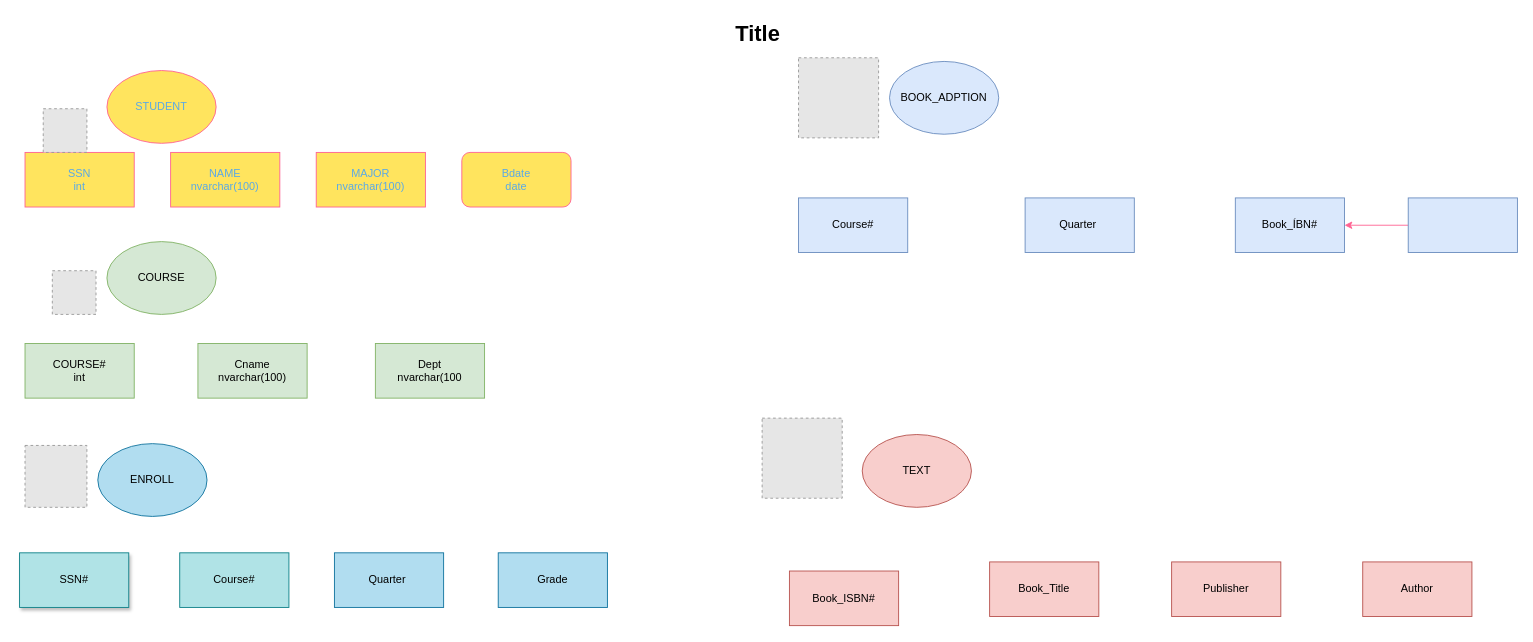
Before: Biểu đồ không có tiêu đề.drawio in akira-quoctuan/python-random-quote, a draw.io diagram. Source tidied: cells renumbered, new cells numbered last; positions are measured from the earlier drawing's top-left corner, leaving out a move shared by most shapes. Both pictures are drawn from the tidied source at 91%, with x=0, y=0 at pixel (19, 15). Pictures stored in the file or linked from it are replaced by grey dashed boxes.
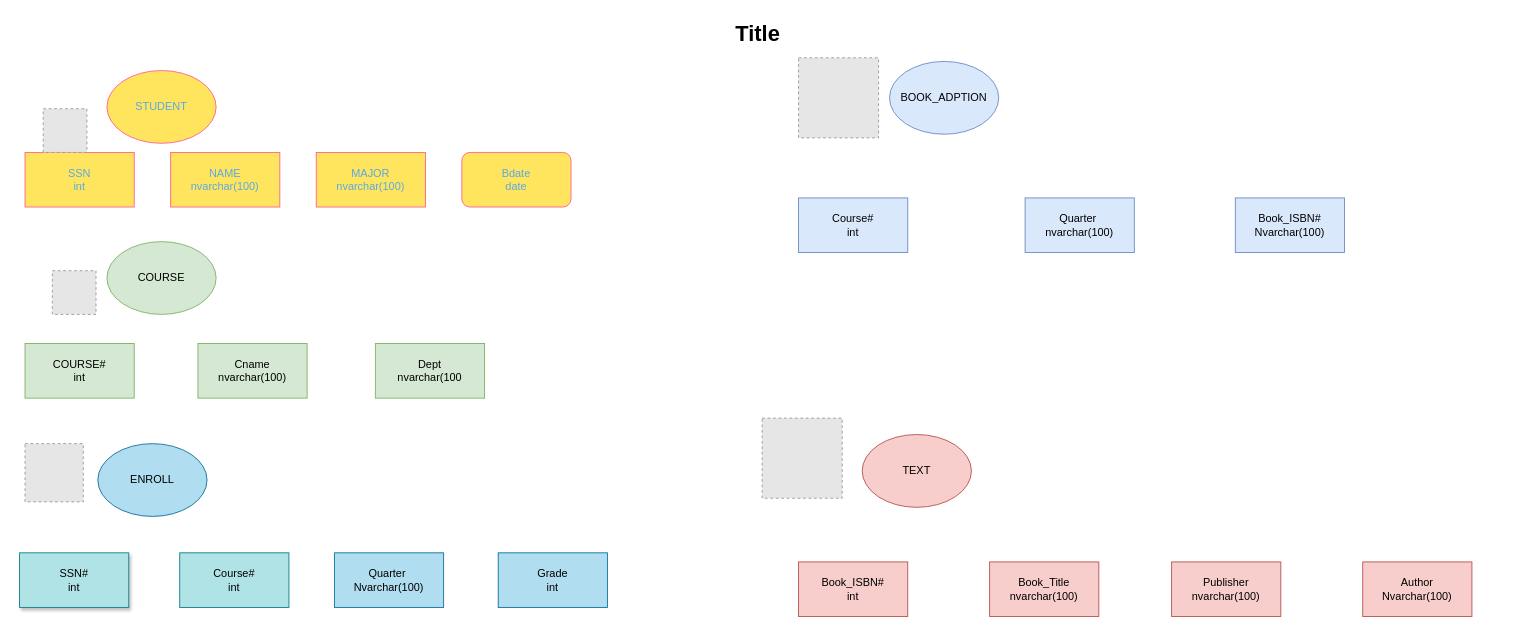
The same diagram, later.

The edit, as a diff of the source:
```diff
@@
-    <mxCell id="15" value="SSN#" style="rounded=0;whiteSpace=wrap;html=1;sketch=0;strokeColor=#0e8088;fillColor=#b0e3e6;shadow=1;" parent="1" vertex="1">
+    <mxCell id="15" value="SSN#&lt;br&gt;int" style="rounded=0;whiteSpace=wrap;html=1;sketch=0;strokeColor=#0e8088;fillColor=#b0e3e6;shadow=1;" parent="1" vertex="1">
       <mxGeometry y="590" width="120" height="60" as="geometry" />
     </mxCell>
-    <mxCell id="16" value="Course#" style="rounded=0;whiteSpace=wrap;html=1;sketch=0;strokeColor=#0e8088;fillColor=#b0e3e6;" parent="1" vertex="1">
+    <mxCell id="16" value="Course#&lt;br&gt;int" style="rounded=0;whiteSpace=wrap;html=1;sketch=0;strokeColor=#0e8088;fillColor=#b0e3e6;" parent="1" vertex="1">
       <mxGeometry x="176" y="590" width="120" height="60" as="geometry" />
     </mxCell>
-    <mxCell id="17" value="Quarter&lt;span style=&quot;white-space: pre&quot;&gt; &lt;/span&gt;" style="rounded=0;whiteSpace=wrap;html=1;sketch=0;strokeColor=#10739e;fillColor=#b1ddf0;" parent="1" vertex="1">
+    <mxCell id="17" value="Quarter&lt;span style=&quot;white-space: pre&quot;&gt; &lt;/span&gt;&lt;br&gt;Nvarchar(100)" style="rounded=0;whiteSpace=wrap;html=1;sketch=0;strokeColor=#10739e;fillColor=#b1ddf0;" parent="1" vertex="1">
       <mxGeometry x="346" y="590" width="120" height="60" as="geometry" />
     </mxCell>
-    <mxCell id="18" value="Grade" style="rounded=0;whiteSpace=wrap;html=1;sketch=0;strokeColor=#10739e;fillColor=#b1ddf0;" parent="1" vertex="1">
+    <mxCell id="18" value="Grade&lt;br&gt;int" style="rounded=0;whiteSpace=wrap;html=1;sketch=0;strokeColor=#10739e;fillColor=#b1ddf0;" parent="1" vertex="1">
       <mxGeometry x="526" y="590" width="120" height="60" as="geometry" />
     </mxCell>
@@
-    <mxCell id="20" value="Book_ISBN#" style="rounded=0;whiteSpace=wrap;html=1;sketch=0;strokeColor=#b85450;fillColor=#f8cecc;" parent="1" vertex="1">
-      <mxGeometry x="846" y="610" width="120" height="60" as="geometry" />
+    <mxCell id="20" value="Book_ISBN#&lt;br&gt;int" style="rounded=0;whiteSpace=wrap;html=1;sketch=0;strokeColor=#b85450;fillColor=#f8cecc;" parent="1" vertex="1">
+      <mxGeometry x="856" y="600" width="120" height="60" as="geometry" />
     </mxCell>
-    <mxCell id="21" value="Book_Title" style="rounded=0;whiteSpace=wrap;html=1;sketch=0;strokeColor=#b85450;fillColor=#f8cecc;" parent="1" vertex="1">
+    <mxCell id="21" value="Book_Title&lt;br&gt;nvarchar(100)" style="rounded=0;whiteSpace=wrap;html=1;sketch=0;strokeColor=#b85450;fillColor=#f8cecc;" parent="1" vertex="1">
       <mxGeometry x="1066" y="600" width="120" height="60" as="geometry" />
     </mxCell>
-    <mxCell id="22" value="Publisher" style="rounded=0;whiteSpace=wrap;html=1;sketch=0;strokeColor=#b85450;fillColor=#f8cecc;" parent="1" vertex="1">
+    <mxCell id="22" value="Publisher&lt;br&gt;nvarchar(100)" style="rounded=0;whiteSpace=wrap;html=1;sketch=0;strokeColor=#b85450;fillColor=#f8cecc;" parent="1" vertex="1">
       <mxGeometry x="1266" y="600" width="120" height="60" as="geometry" />
     </mxCell>
-    <mxCell id="23" value="Author" style="rounded=0;whiteSpace=wrap;html=1;sketch=0;strokeColor=#b85450;fillColor=#f8cecc;" parent="1" vertex="1">
+    <mxCell id="23" value="Author&lt;br&gt;Nvarchar(100)" style="rounded=0;whiteSpace=wrap;html=1;sketch=0;strokeColor=#b85450;fillColor=#f8cecc;" parent="1" vertex="1">
       <mxGeometry x="1476" y="600" width="120" height="60" as="geometry" />
     </mxCell>
@@
-    <mxCell id="25" value="Course#" style="rounded=0;whiteSpace=wrap;html=1;sketch=0;strokeColor=#6c8ebf;fillColor=#dae8fc;" parent="1" vertex="1">
+    <mxCell id="25" value="Course#&lt;br&gt;int" style="rounded=0;whiteSpace=wrap;html=1;sketch=0;strokeColor=#6c8ebf;fillColor=#dae8fc;" parent="1" vertex="1">
       <mxGeometry x="856" y="200" width="120" height="60" as="geometry" />
     </mxCell>
-    <mxCell id="26" value="Quarter&lt;span style=&quot;white-space: pre&quot;&gt; &lt;/span&gt;" style="rounded=0;whiteSpace=wrap;html=1;sketch=0;strokeColor=#6c8ebf;fillColor=#dae8fc;" parent="1" vertex="1">
+    <mxCell id="26" value="Quarter&lt;span style=&quot;white-space: pre&quot;&gt; &lt;/span&gt;&lt;br&gt;nvarchar(100)" style="rounded=0;whiteSpace=wrap;html=1;sketch=0;strokeColor=#6c8ebf;fillColor=#dae8fc;" parent="1" vertex="1">
       <mxGeometry x="1105" y="200" width="120" height="60" as="geometry" />
     </mxCell>
-    <mxCell id="27" value="Book_ÍBN#" style="rounded=0;whiteSpace=wrap;html=1;sketch=0;strokeColor=#6c8ebf;fillColor=#dae8fc;" parent="1" vertex="1">
+    <mxCell id="27" value="Book_ISBN#&lt;br&gt;Nvarchar(100)" style="rounded=0;whiteSpace=wrap;html=1;sketch=0;strokeColor=#6c8ebf;fillColor=#dae8fc;" parent="1" vertex="1">
       <mxGeometry x="1336" y="200" width="120" height="60" as="geometry" />
     </mxCell>
-    <mxCell id="28" style="edgeStyle=orthogonalEdgeStyle;curved=0;rounded=1;sketch=0;jettySize=auto;html=1;fontColor=#5AA9E6;strokeColor=#FF6392;fillColor=#FFE45E;" parent="1" edge="1" source="29" target="27">
-      <mxGeometry relative="1" as="geometry" />
-    </mxCell>
-    <mxCell id="29" style="rounded=0;whiteSpace=wrap;html=1;sketch=0;strokeColor=#6c8ebf;fillColor=#dae8fc;" parent="1" vertex="1">
-      <mxGeometry x="1526" y="200" width="120" height="60" as="geometry" />
-    </mxCell>
-    <mxCell id="30" style="fillColor=#E6E6E6;strokeColor=#999999;dashed=1;verticalLabelPosition=bottom;verticalAlign=top;fontColor=#5AA9E6;html=0;" parent="1" vertex="1">
-      <mxGeometry x="6" y="472" width="68" height="68" as="geometry" />
-    </mxCell>
@@
+    <mxCell id="33" style="fillColor=#E6E6E6;strokeColor=#999999;dashed=1;verticalLabelPosition=bottom;verticalAlign=top;fontColor=#5AA9E6;html=0;" parent="1" vertex="1">
+      <mxGeometry x="6" y="470" width="64" height="64" as="geometry" />
+    </mxCell>
```
